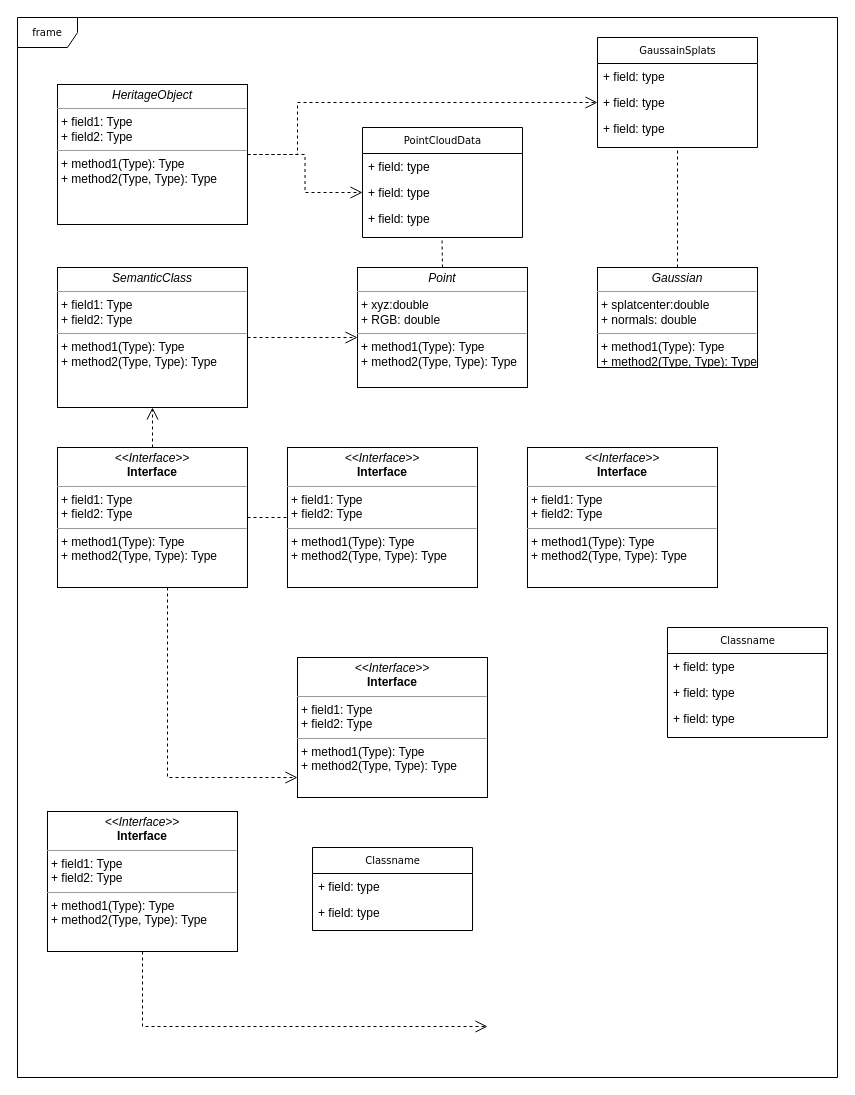
Earlier version of the draw.io diagram Untitled Diagram.drawio (Zhuoyuee/thesis). Source tidied: cells renumbered, new cells numbered last; positions are measured from the earlier drawing's top-left corner, leaving out a move shared by most shapes. Both pictures are drawn from the tidied source at 100%, with x=0, y=0 at pixel (17, 17).
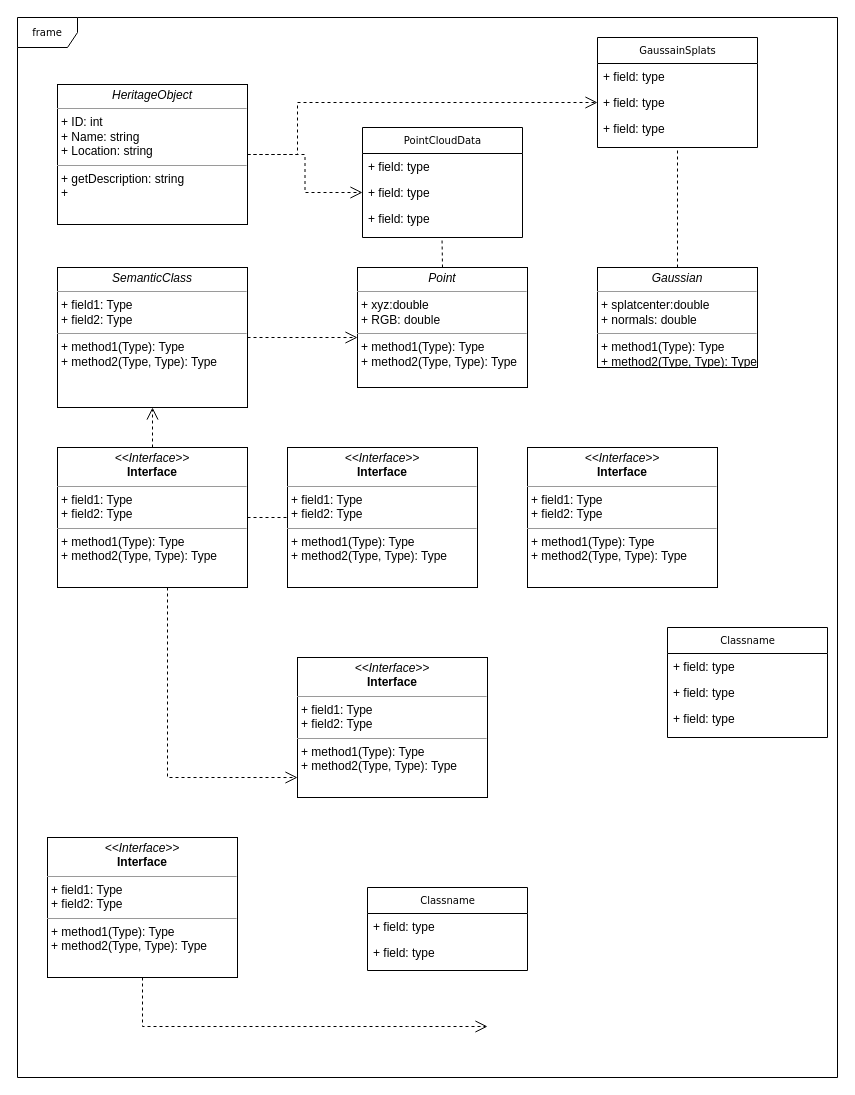
The same diagram, later.

Diff of the diagram source:
```diff
@@
     <mxCell id="11" value="Classname" style="swimlane;html=1;fontStyle=0;horizontal=1;startSize=26;fillColor=none;swimlaneFillColor=#ffffff;rounded=0;shadow=0;comic=0;labelBackgroundColor=none;strokeWidth=1;fontFamily=Verdana;fontSize=10;align=center;" parent="1" vertex="1">
-      <mxGeometry x="295" y="830" width="160" height="83" as="geometry" />
+      <mxGeometry x="350" y="870" width="160" height="83" as="geometry" />
     </mxCell>
@@
     <mxCell id="20" value="&lt;p style=&quot;margin:0px;margin-top:4px;text-align:center;&quot;&gt;&lt;i&gt;&amp;lt;&amp;lt;Interface&amp;gt;&amp;gt;&lt;/i&gt;&lt;br/&gt;&lt;b&gt;Interface&lt;/b&gt;&lt;/p&gt;&lt;hr size=&quot;1&quot;/&gt;&lt;p style=&quot;margin:0px;margin-left:4px;&quot;&gt;+ field1: Type&lt;br/&gt;+ field2: Type&lt;/p&gt;&lt;hr size=&quot;1&quot;/&gt;&lt;p style=&quot;margin:0px;margin-left:4px;&quot;&gt;+ method1(Type): Type&lt;br/&gt;+ method2(Type, Type): Type&lt;/p&gt;" style="verticalAlign=top;align=left;overflow=fill;fontSize=12;fontFamily=Helvetica;html=1;rounded=0;shadow=0;comic=0;labelBackgroundColor=none;strokeWidth=1;" parent="1" vertex="1">
-      <mxGeometry x="30" y="794" width="190" height="140" as="geometry" />
+      <mxGeometry x="30" y="820" width="190" height="140" as="geometry" />
     </mxCell>
@@
-    <mxCell id="24" value="&lt;p style=&quot;margin:0px;margin-top:4px;text-align:center;&quot;&gt;&lt;i&gt;HeritageObject&lt;/i&gt;&lt;/p&gt;&lt;hr size=&quot;1&quot;&gt;&lt;p style=&quot;margin:0px;margin-left:4px;&quot;&gt;+ field1: Type&lt;br&gt;+ field2: Type&lt;/p&gt;&lt;hr size=&quot;1&quot;&gt;&lt;p style=&quot;margin:0px;margin-left:4px;&quot;&gt;+ method1(Type): Type&lt;br&gt;+ method2(Type, Type): Type&lt;/p&gt;" style="verticalAlign=top;align=left;overflow=fill;fontSize=12;fontFamily=Helvetica;html=1;rounded=0;shadow=0;comic=0;labelBackgroundColor=none;strokeWidth=1;" parent="1" vertex="1">
+    <mxCell id="24" value="&lt;p style=&quot;margin:0px;margin-top:4px;text-align:center;&quot;&gt;&lt;i&gt;HeritageObject&lt;/i&gt;&lt;/p&gt;&lt;hr size=&quot;1&quot;&gt;&lt;p style=&quot;margin:0px;margin-left:4px;&quot;&gt;+ ID: int&lt;br&gt;+ Name: string&lt;/p&gt;&lt;p style=&quot;margin:0px;margin-left:4px;&quot;&gt;+ Location: string&lt;/p&gt;&lt;hr size=&quot;1&quot;&gt;&lt;p style=&quot;margin:0px;margin-left:4px;&quot;&gt;+ getDescription: string&lt;br&gt;+&amp;nbsp;&lt;/p&gt;" style="verticalAlign=top;align=left;overflow=fill;fontSize=12;fontFamily=Helvetica;html=1;rounded=0;shadow=0;comic=0;labelBackgroundColor=none;strokeWidth=1;" parent="1" vertex="1">
       <mxGeometry x="40" y="67" width="190" height="140" as="geometry" />
     </mxCell>
```
